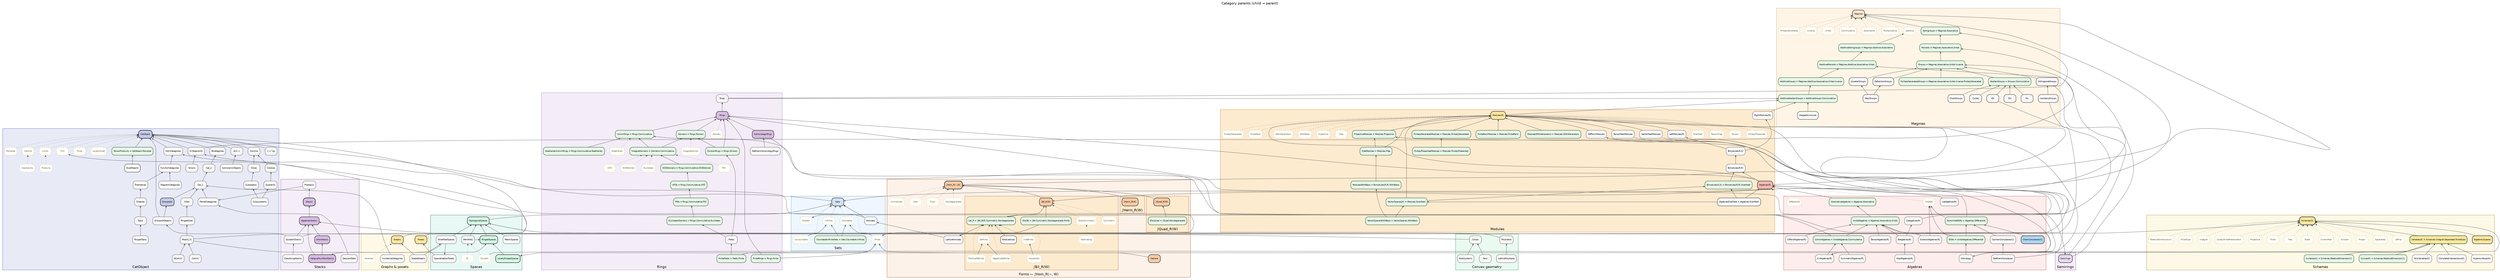
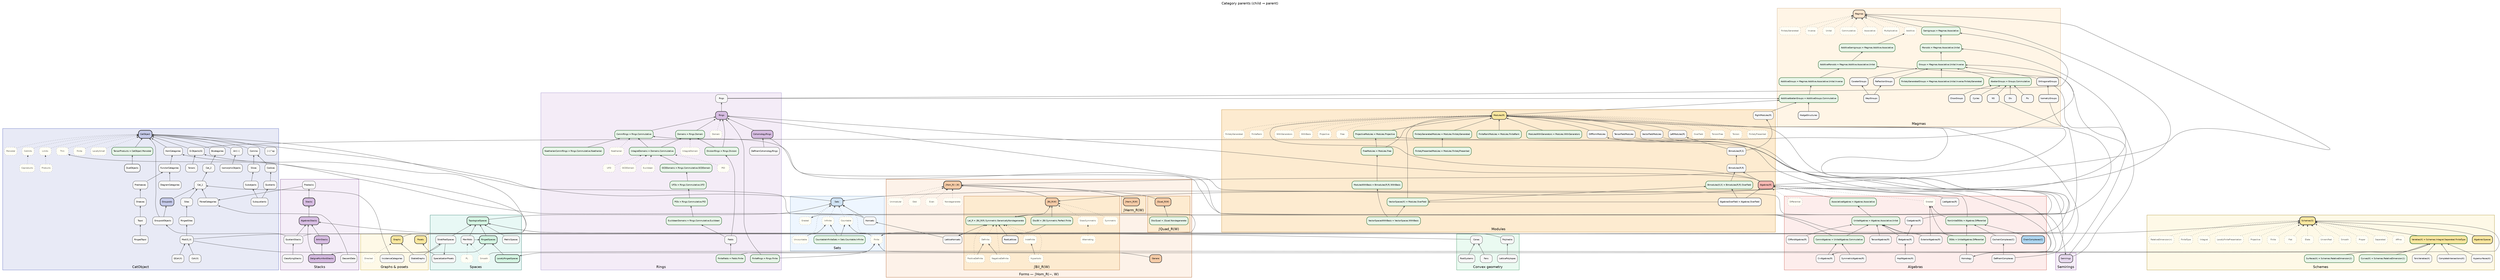
// Category parent graph (child → parent = supercategory).
//
// Node classes:
//   1. Categories — solid boxes
//   2. Atomic axioms — short dotted label on most general host; dotted edge
//   3. Named joins — green "Name = C.A1.A2…" when a conventional name packages
//      axioms from farther up the hierarchy
//
// Forms: ∫Hom_R(−,W) hosts shared form axioms; Bil ‖ Quad ‖ Herm are children.
// Render: dot -Tsvg category_parent_graph.dot -o category_parent_graph.svg

digraph CategoryParents {
  graph [
    rankdir=BT
    labelloc=t
    label="Category parents (child → parent)"
    fontsize=15
    fontname="Helvetica"
    nodesep=0.32
    ranksep=0.55
    compound=true
    newrank=true
    splines=true
  ];
  node [
    shape=box
    style="rounded,filled"
    fontname="Helvetica"
    fontsize=9
    fillcolor="#f7f7f7"
    color="#333333"
  ];
  edge [color="#444444", arrowsize=0.65];

  // Named-join default (overridden locally where needed)
  // fillcolor="#e8f5e9" color="#1b5e20"

  //══════════════════════════════════════════════════════════════
  // CatObject + sites/sheaves
  //══════════════════════════════════════════════════════════════
  subgraph cluster_cat {
    label="CatObject";
    style=filled; fillcolor="#e8eaf6"; color="#3f51b5";
    node [style="rounded,filled", fillcolor="#f7f7f7", color="#333333", fontcolor="#000000"];

    CatObject [fillcolor="#c5cae9", penwidth=2.5];
    // Cat_1 = ordinary 1-categories; Cat_2 = (2,1)-categories
    Cat_1; Cat_2;
    Groupoids [fillcolor="#c5cae9", penwidth=2];
    Bicategories;
    "Arr(−)"; "(−)^op";
    Comma; Slices; Coslices;
    // slice/coslice constructions (a subobject is a mono A→B in a slice)
    Subobjects; Quotients; Subquotients; IsomorphicObjects;
    DiagramCategories; FunctorCategories; HomCategories;
    "G-Objects(G)"; FibredCategories; GroupoidObjects; Torsors;
    Sites; Presheaves; Sheaves; Topoi;
    RingedSites; RingedTopoi;
    "Mod(O_X)"; "Coh(X)"; "QCoh(X)";

    node [style="rounded,filled", fillcolor="#e8f5e9", color="#1b5e20", fontcolor="#000000", penwidth=1.5];
    "TensorProducts = CatObject.Monoidal";
    node [style="rounded,filled", fillcolor="#f7f7f7", color="#333333", fontcolor="#000000"];
    DualObjects;

    node [style="rounded,filled,dotted", fillcolor="#fffef5", color="#888888", fontcolor="#555555"];
    // Nested-cat + (co)limit axioms on CatObject
    "CatObject.LocallySmall" [label="LocallySmall"];
    "CatObject.Finite" [label="Finite"];
    "CatObject.Thin" [label="Thin"];
    "CatObject.Limits" [label="Limits"];
    "CatObject.Colimits" [label="Colimits"];
    "CatObject.Products" [label="Products"];
    "CatObject.Coproducts" [label="Coproducts"];
    "ax.Monoidal" [label="Monoidal"];
    node [style="rounded,filled", fillcolor="#f7f7f7", color="#333333", fontcolor="#000000"];

    "CatObject.LocallySmall" -> CatObject [style=dotted];
    "CatObject.Finite" -> CatObject [style=dotted];
    "CatObject.Thin" -> CatObject [style=dotted];
    "CatObject.Limits" -> CatObject [style=dotted];
    "CatObject.Colimits" -> CatObject [style=dotted];
    // Products/Coproducts organize under (co)limits
    "CatObject.Products" -> "CatObject.Limits" [style=dotted];
    "CatObject.Coproducts" -> "CatObject.Colimits" [style=dotted];
    "ax.Monoidal" -> CatObject [style=dotted];

    Groupoids -> Cat_1;
    Cat_1 -> Cat_2;
    Cat_2 -> Bicategories;
    Bicategories -> CatObject;
    "TensorProducts = CatObject.Monoidal" -> CatObject;
    DualObjects -> "TensorProducts = CatObject.Monoidal";
    "Arr(−)" -> CatObject;
    "(−)^op" -> CatObject;
    Comma -> CatObject;
    Slices -> Comma;
    Coslices -> Comma;
    Subobjects -> Slices;
    Quotients -> Coslices;
    Subquotients -> Subobjects;
    Subquotients -> Quotients;
    IsomorphicObjects -> "Arr(−)";
    DiagramCategories -> FunctorCategories;
    FunctorCategories -> HomCategories;
    HomCategories -> CatObject;
    "G-Objects(G)" -> CatObject;
    // Fibred categories over an arbitrary base category (not only groupoids)
    FibredCategories -> Cat_1;
    GroupoidObjects -> CatObject;
    GroupoidObjects -> Groupoids;
    Torsors -> "G-Objects(G)";
    Sites -> Cat_1;
    Presheaves -> FunctorCategories;
    Sheaves -> Presheaves;
    Topoi -> Sheaves;
    RingedSites -> Sites;
    RingedTopoi -> Topoi;
    "Mod(O_X)" -> RingedSites;
    "Coh(X)" -> "Mod(O_X)";
    "QCoh(X)" -> "Mod(O_X)";
  }

  //══════════════════════════════════════════════════════════════
  // Sets
  //══════════════════════════════════════════════════════════════
  subgraph cluster_sets {
    label="Sets";
    style=filled; fillcolor="#eef6ff"; color="#6a8caf";
    node [style="rounded,filled", fillcolor="#f7f7f7", color="#333333", fontcolor="#000000"];

    Sets [fillcolor="#cfe2f3", penwidth=2];
    Homsets;

    node [style="rounded,filled", fillcolor="#e8f5e9", color="#1b5e20", fontcolor="#000000", penwidth=1.5];
    "CountableInfiniteSets = Sets.Countable.Infinite";

    node [style="rounded,filled,dotted", fillcolor="#fffef5", color="#888888", fontcolor="#555555"];
    "Sets.Finite" [label="Finite"];
    "Sets.Infinite" [label="Infinite"];
    "Sets.Countable" [label="Countable"];
    "Sets.Uncountable" [label="Uncountable"];
    "Sets.Graded" [label="Graded"];
    node [style="rounded,filled", fillcolor="#f7f7f7", color="#333333", fontcolor="#000000"];

    Sets -> CatObject [constraint=false];
    "Sets.Finite" -> Sets [style=dotted];
    "Sets.Infinite" -> Sets [style=dotted];
    "Sets.Countable" -> Sets [style=dotted];
    "Sets.Uncountable" -> Sets [style=dotted];
    "Sets.Graded" -> Sets [style=dotted];
    "Sets.Finite" -> "Sets.Countable";
    "Sets.Uncountable" -> "Sets.Infinite";
    "CountableInfiniteSets = Sets.Countable.Infinite" -> "Sets.Countable";
    "CountableInfiniteSets = Sets.Countable.Infinite" -> "Sets.Infinite";
    Homsets -> HomCategories [constraint=false];
    Homsets -> Sets;
  }

  //══════════════════════════════════════════════════════════════
  // Spaces
  //══════════════════════════════════════════════════════════════
  subgraph cluster_spaces {
    label="Spaces";
    style=filled; fillcolor="#e8f8f5"; color="#0e6655";
    node [style="rounded,filled", fillcolor="#f7f7f7", color="#333333", fontcolor="#000000"];

    TopologicalSpaces [fillcolor="#d5f5e3", penwidth=2];
    MetricSpaces;
    Manifolds;
    RingedSpaces [fillcolor="#d5f5e3", penwidth=2];
    LocallyRingedSpaces [fillcolor="#d5f5e3", penwidth=2];
    StratifiedSpaces;

    node [style="rounded,filled,dotted", fillcolor="#fffef5", color="#888888", fontcolor="#555555"];
    "Manifolds.Smooth" [label="Smooth"];
    "Manifolds.PL" [label="PL"];
    node [style="rounded,filled", fillcolor="#f7f7f7", color="#333333", fontcolor="#000000"];

    TopologicalSpaces -> Sets [constraint=false];
    MetricSpaces -> TopologicalSpaces;
    Manifolds -> TopologicalSpaces;
    Manifolds -> RingedSpaces [constraint=false];
    "Manifolds.Smooth" -> Manifolds [style=dotted];
    "Manifolds.PL" -> Manifolds [style=dotted];
    RingedSpaces -> TopologicalSpaces;
    LocallyRingedSpaces -> RingedSpaces;
    StratifiedSpaces -> TopologicalSpaces;
    StratifiedSpaces -> SpecializationPosets [constraint=false];
    "Mod(O_X)" -> RingedSpaces [constraint=false];
  }

  //══════════════════════════════════════════════════════════════
  // Convex geometry
  //══════════════════════════════════════════════════════════════
  subgraph cluster_convex {
    label="Convex geometry";
    style=filled; fillcolor="#eafaf1"; color="#1e8449";
    node [style="rounded,filled", fillcolor="#f7f7f7", color="#333333", fontcolor="#000000"];

    Cones; Fans; Polyhedra; LatticePolytopes; RootSystems;
    Cones -> TopologicalSpaces [constraint=false];
    Fans -> Cones;
    Polyhedra -> TopologicalSpaces [constraint=false];
    LatticePolytopes -> Polyhedra;
    RootSystems -> Cones;
  }

  //══════════════════════════════════════════════════════════════
  // Graphs & posets
  //══════════════════════════════════════════════════════════════
  subgraph cluster_graphs {
    label="Graphs & posets";
    style=filled; fillcolor="#fef9e7"; color="#b7950b";
    node [style="rounded,filled", fillcolor="#f7f7f7", color="#333333", fontcolor="#000000"];

    Graphs [fillcolor="#f9e79f", penwidth=2];
    StableGraphs; Posets [fillcolor="#f9e79f", penwidth=2];
    SpecializationPosets; IncidenceCategories;

    node [style="rounded,filled,dotted", fillcolor="#fffef5", color="#888888", fontcolor="#555555"];
    "Graphs.Directed" [label="Directed"];
    node [style="rounded,filled", fillcolor="#f7f7f7", color="#333333", fontcolor="#000000"];

    Graphs -> CatObject [constraint=false];
    "Graphs.Directed" -> Graphs [style=dotted];
    StableGraphs -> Graphs;
    Posets -> "CatObject.Thin" [constraint=false];
    SpecializationPosets -> Posets;
    IncidenceCategories -> Cat_1 [constraint=false];
    StableGraphs -> StratifiedSpaces [constraint=false];
  }

  //══════════════════════════════════════════════════════════════
  // Magmas
  //══════════════════════════════════════════════════════════════
  subgraph cluster_magmas {
    label="Magmas";
    style=filled; fillcolor="#fff5e6"; color="#c49a6c";
    node [style="rounded,filled", fillcolor="#f7f7f7", color="#333333", fontcolor="#000000"];

    Magmas [fillcolor="#fce5cd", penwidth=2];

    // named joins (axioms from Magmas)
    node [style="rounded,filled", fillcolor="#e8f5e9", color="#1b5e20", fontcolor="#000000", penwidth=1.5];
    "Semigroups = Magmas.Associative";
    "Monoids = Magmas.Associative.Unital";
    "Groups = Magmas.Associative.Unital.Inverse";
    "AbelianGroups = Groups.Commutative";
    "FinitelyGeneratedGroups = Magmas.Associative.Unital.Inverse.FinitelyGenerated";
    "AdditiveSemigroups = Magmas.Additive.Associative";
    "AdditiveMonoids = Magmas.Additive.Associative.Unital";
    "AdditiveGroups = Magmas.Additive.Associative.Unital.Inverse";
    "AdditiveAbelianGroups = AdditiveGroups.Commutative";
    node [style="rounded,filled", fillcolor="#f7f7f7", color="#333333", fontcolor="#000000"];

    CoxeterGroups; WeylGroups; ReflectionGroups;
    OrthogonalGroups; IsometryGroups;
    Pic; Div; NS; Cycles; ChowGroups; HodgeStructures;

    // Flat Magmas axiom set: Additive/Multiplicative select the operation;
    // Associative/Unital/Inverse/Commutative hang on Magmas itself (not re-hosted).
    node [style="rounded,filled,dotted", fillcolor="#fffef5", color="#888888", fontcolor="#555555"];
    "Magmas.Additive" [label="Additive"];
    "Magmas.Multiplicative" [label="Multiplicative"];
    "ax.Associative" [label="Associative"];
    "ax.Commutative" [label="Commutative"];
    "ax.Unital" [label="Unital"];
    "ax.Inverse" [label="Inverse"];
    "ax.FinitelyGenerated" [label="FinitelyGenerated"];
    node [style="rounded,filled", fillcolor="#f7f7f7", color="#333333", fontcolor="#000000"];

    "Magmas.Additive" -> Magmas [style=dotted];
    "Magmas.Multiplicative" -> Magmas [style=dotted];
    "ax.Associative" -> Magmas [style=dotted];
    "ax.Commutative" -> Magmas [style=dotted];
    "ax.Unital" -> Magmas [style=dotted];
    "ax.Inverse" -> Magmas [style=dotted];
    "ax.FinitelyGenerated" -> Magmas [style=dotted];

    // Hasse: each named join factors through the previous rung
    "Semigroups = Magmas.Associative" -> Magmas;
    "Monoids = Magmas.Associative.Unital" -> "Semigroups = Magmas.Associative";
    "Groups = Magmas.Associative.Unital.Inverse" -> "Monoids = Magmas.Associative.Unital";
    "AbelianGroups = Groups.Commutative" -> "Groups = Magmas.Associative.Unital.Inverse";
    "FinitelyGeneratedGroups = Magmas.Associative.Unital.Inverse.FinitelyGenerated" -> "Groups = Magmas.Associative.Unital.Inverse";
    "AdditiveSemigroups = Magmas.Additive.Associative" -> "Magmas.Additive";
    "AdditiveMonoids = Magmas.Additive.Associative.Unital" -> "AdditiveSemigroups = Magmas.Additive.Associative";
    "AdditiveGroups = Magmas.Additive.Associative.Unital.Inverse" -> "AdditiveMonoids = Magmas.Additive.Associative.Unital";
    "AdditiveAbelianGroups = AdditiveGroups.Commutative" -> "AdditiveGroups = Magmas.Additive.Associative.Unital.Inverse";

    CoxeterGroups -> "Groups = Magmas.Associative.Unital.Inverse";
    WeylGroups -> CoxeterGroups;
    ReflectionGroups -> "Groups = Magmas.Associative.Unital.Inverse";
    WeylGroups -> ReflectionGroups;
    OrthogonalGroups -> "Groups = Magmas.Associative.Unital.Inverse";
    IsometryGroups -> OrthogonalGroups;
    Pic -> "AbelianGroups = Groups.Commutative";
    Div -> "AbelianGroups = Groups.Commutative";
    NS -> "AbelianGroups = Groups.Commutative";
    Cycles -> "AbelianGroups = Groups.Commutative";
    ChowGroups -> "AbelianGroups = Groups.Commutative";
    HodgeStructures -> "AdditiveAbelianGroups = AdditiveGroups.Commutative";
    Magmas -> Sets [constraint=false];
    "G-Objects(G)" -> "Groups = Magmas.Associative.Unital.Inverse" [constraint=false];
  }

  //══════════════════════════════════════════════════════════════
  // Semirings
  //══════════════════════════════════════════════════════════════
  subgraph cluster_semirings {
    label="Semirings";
    style=filled; fillcolor="#f5eef8"; color="#7d3c98";
    node [style="rounded,filled", fillcolor="#f7f7f7", color="#333333", fontcolor="#000000"];
    Semirings [fillcolor="#e8daef", penwidth=2];
    Semirings -> "Monoids = Magmas.Associative.Unital" [constraint=false];
    Semirings -> "AdditiveMonoids = Magmas.Additive.Associative.Unital" [constraint=false];
  }

  //══════════════════════════════════════════════════════════════
  // Rings
  //══════════════════════════════════════════════════════════════
  subgraph cluster_rings {
    label="Rings";
    style=filled; fillcolor="#f4ecf7"; color="#8e7cc3";
    node [style="rounded,filled", fillcolor="#f7f7f7", color="#333333", fontcolor="#000000"];

    Rngs; Rings [fillcolor="#d7bde2", penwidth=2];
    Fields;
    CohomologyRings [fillcolor="#d7bde2", penwidth=2];
    DeRhamCohomologyRings;

    node [style="rounded,filled", fillcolor="#e8f5e9", color="#1b5e20", fontcolor="#000000", penwidth=1.5];
    "CommRings = Rings.Commutative";
    "Domains = Rings.Domain";
    "IntegralDomains = Domains.Commutative";
    "GCDDomains = Rings.Commutative.GCDDomain";
    "UFDs = Rings.Commutative.UFD";
    "PIDs = Rings.Commutative.PID";
    "EuclideanDomains = Rings.Commutative.Euclidean";
    "NoetherianCommRings = Rings.Commutative.Noetherian";
    // Finite lives on Sets; FiniteRings/Fields are pullbacks Rings.Finite / Fields.Finite
    "FiniteRings = Rings.Finite";
    "FiniteFields = Fields.Finite";
    // Multiplicative invertibility (nonzero) packaged onto Rings
    "DivisionRings = Rings.Division";
    node [style="rounded,filled", fillcolor="#f7f7f7", color="#333333", fontcolor="#000000"];

    node [style="rounded,filled,dotted", fillcolor="#fffef5", color="#888888", fontcolor="#555555"];
    "ax.Domain" [label="Domain"];
    "ax.IntegralDomain" [label="IntegralDomain"];
    "ax.GCDDomain" [label="GCDDomain"];
    "ax.UFD" [label="UFD"];
    "ax.PID" [label="PID"];
    "ax.Euclidean" [label="Euclidean"];
    "ax.Noetherian" [label="Noetherian"];
    node [style="rounded,filled", fillcolor="#f7f7f7", color="#333333", fontcolor="#000000"];

    Rngs -> "Semigroups = Magmas.Associative" [constraint=false];
    Rngs -> "AdditiveAbelianGroups = AdditiveGroups.Commutative" [constraint=false];
    Rings -> Rngs;
    Rings -> Semirings [constraint=false];
    "DivisionRings = Rings.Division" -> Rings;
    "DivisionRings = Rings.Division" -> "Domains = Rings.Domain";
    Fields -> "DivisionRings = Rings.Division";
    Fields -> "EuclideanDomains = Rings.Commutative.Euclidean";
    "CommRings = Rings.Commutative" -> Rings;
    // Domains need not be commutative
    "Domains = Rings.Domain" -> Rings;
    "IntegralDomains = Domains.Commutative" -> "Domains = Rings.Domain";
    "IntegralDomains = Domains.Commutative" -> "CommRings = Rings.Commutative";
    "GCDDomains = Rings.Commutative.GCDDomain" -> "IntegralDomains = Domains.Commutative";
    "UFDs = Rings.Commutative.UFD" -> "GCDDomains = Rings.Commutative.GCDDomain";
    "PIDs = Rings.Commutative.PID" -> "UFDs = Rings.Commutative.UFD";
    "EuclideanDomains = Rings.Commutative.Euclidean" -> "PIDs = Rings.Commutative.PID";
    "NoetherianCommRings = Rings.Commutative.Noetherian" -> "CommRings = Rings.Commutative";
    "FiniteRings = Rings.Finite" -> Rings;
    "FiniteRings = Rings.Finite" -> "Sets.Finite";
    "FiniteFields = Fields.Finite" -> Fields;
    "FiniteFields = Fields.Finite" -> "Sets.Finite";

    "ax.Domain" -> Rings [style=dotted];
    "ax.IntegralDomain" -> "Domains = Rings.Domain" [style=dotted];
    "ax.GCDDomain" -> "IntegralDomains = Domains.Commutative" [style=dotted];
    "ax.UFD" -> "IntegralDomains = Domains.Commutative" [style=dotted];
    "ax.PID" -> "IntegralDomains = Domains.Commutative" [style=dotted];
    "ax.Euclidean" -> "IntegralDomains = Domains.Commutative" [style=dotted];
    "ax.Noetherian" -> "CommRings = Rings.Commutative" [style=dotted];

    CohomologyRings -> Rings;
    DeRhamCohomologyRings -> CohomologyRings;
  }

  //══════════════════════════════════════════════════════════════
  // Modules — Left / Right / Bi are categories, not axioms
  //══════════════════════════════════════════════════════════════
  subgraph cluster_modules {
    label="Modules";
    style=filled; fillcolor="#fdebd0"; color="#b9770e";
    node [style="rounded,filled", fillcolor="#f7f7f7", color="#333333", fontcolor="#000000"];

    // Modules(R) = left R-modules (Foundations Def 13.1). Sage's Modules(R) is NOT
    // this vertex: it is Bimodules(R,R) (modules.py; see the sagecats ledger).
    "Modules(R)" [fillcolor="#f9e79f", penwidth=2];
    "LeftModules(R)";
    "RightModules(R)";
    "Bimodules(R,S)";
    "Bimodules(R,R)";
    VectorFieldModules; TensorFieldModules; DiffFormModules;

    node [style="rounded,filled", fillcolor="#e8f5e9", color="#1b5e20", fontcolor="#000000", penwidth=1.5];
    "Bimodules(K,K) = Bimodules(R,R).OverField";
    "FreeModules = Modules.Free";
    "ProjectiveModules = Modules.Projective";
    "ModulesWithBasis = Bimodules(R,R).WithBasis";
    "ModulesWithGenerators = Modules.WithGenerators";
    "FiniteRankModules = Modules.FiniteRank";
    "FinitelyGeneratedModules = Modules.FinitelyGenerated";
    "FinitelyPresentedModules = Modules.FinitelyPresented";
    "VectorSpaces(K) = Modules.OverField";
    "VectorSpacesWithBasis = VectorSpaces.WithBasis";
    node [style="rounded,filled", fillcolor="#f7f7f7", color="#333333", fontcolor="#000000"];

    node [style="rounded,filled,dotted", fillcolor="#fffef5", color="#888888", fontcolor="#555555"];
    "Modules.Free" [label="Free"];
    "Modules.Projective" [label="Projective"];
    "Modules.WithBasis" [label="WithBasis"];
    "Modules.WithGenerators" [label="WithGenerators"];
    "Modules.FiniteRank" [label="FiniteRank"];
    "Modules.FinitelyGenerated" [label="FinitelyGenerated"];
    "Modules.FinitelyPresented" [label="FinitelyPresented"];
    "Modules.Torsion" [label="Torsion"];
    "Modules.TorsionFree" [label="TorsionFree"];
    "Modules.OverField" [label="OverField"];
    node [style="rounded,filled", fillcolor="#f7f7f7", color="#333333", fontcolor="#000000"];

    "Modules.Free" -> "Modules(R)" [style=dotted];
    "Modules.Projective" -> "Modules(R)" [style=dotted];
    "Modules.WithBasis" -> "Modules(R)" [style=dotted];
    "Modules.WithGenerators" -> "Modules(R)" [style=dotted];
    "Modules.FiniteRank" -> "Modules(R)" [style=dotted];
    "Modules.FinitelyGenerated" -> "Modules(R)" [style=dotted];
    "Modules.FinitelyPresented" -> "Modules(R)" [style=dotted];
    "Modules.Torsion" -> "Modules(R)" [style=dotted];
    "Modules.TorsionFree" -> "Modules(R)" [style=dotted];
    "Modules.OverField" -> "Modules(R)" [style=dotted];

    // LeftModules is the explicit synonym for Modules(R); RightModules is the opposite action
    "LeftModules(R)" -> "Modules(R)";
    "RightModules(R)" -> "AdditiveAbelianGroups = AdditiveGroups.Commutative";
    "Modules(R)" -> "AdditiveAbelianGroups = AdditiveGroups.Commutative";
    "Bimodules(R,R)" -> "Bimodules(R,S)";
    "Algebras(R)" -> "Bimodules(R,R)";
    "Bimodules(K,K) = Bimodules(R,R).OverField" -> "Bimodules(R,R)";
    "VectorSpaces(K) = Modules.OverField" -> "Bimodules(K,K) = Bimodules(R,R).OverField";
    "AlgebrasOverField = Algebras.OverField" -> "Bimodules(K,K) = Bimodules(R,R).OverField";
    "Bimodules(R,S)" -> "LeftModules(R)";
    "Bimodules(R,S)" -> "RightModules(R)";
    "VectorSpaces(K) = Modules.OverField" -> "Modules(R)";
    "FreeModules = Modules.Free" -> "Modules(R)";
    "ProjectiveModules = Modules.Projective" -> "Modules(R)";
    "FreeModules = Modules.Free" -> "ProjectiveModules = Modules.Projective";
    "ModulesWithBasis = Bimodules(R,R).WithBasis" -> "FreeModules = Modules.Free";
    "ModulesWithGenerators = Modules.WithGenerators" -> "Modules(R)";
    "FiniteRankModules = Modules.FiniteRank" -> "Modules(R)";
    "FinitelyGeneratedModules = Modules.FinitelyGenerated" -> "Modules(R)";
    "FinitelyPresentedModules = Modules.FinitelyPresented" -> "FinitelyGeneratedModules = Modules.FinitelyGenerated";
    "VectorSpacesWithBasis = VectorSpaces.WithBasis" -> "VectorSpaces(K) = Modules.OverField";
    "VectorSpacesWithBasis = VectorSpaces.WithBasis" -> "ModulesWithBasis = Bimodules(R,R).WithBasis";
    VectorFieldModules -> "Modules(R)";
    TensorFieldModules -> "Modules(R)";
    DiffFormModules -> "Modules(R)";
    "Mod(O_X)" -> "Modules(R)" [constraint=false];
  }

  //══════════════════════════════════════════════════════════════
  // Algebras(R) = module with bilinear product (no assoc/unit). Sage MagmaticAlgebras → here;
  // Sage Algebras → UnitalAlgebras = Algebras.Associative.Unital
  //══════════════════════════════════════════════════════════════
  subgraph cluster_algebras {
    label="Algebras";
    style=filled; fillcolor="#fdedec"; color="#c0392b";
    node [style="rounded,filled", fillcolor="#f7f7f7", color="#333333", fontcolor="#000000"];

    "Algebras(R)" [fillcolor="#f5b7b1", penwidth=2];
    "LieAlgebras(R)"; "CliffordAlgebras(R)";
    "SymmetricAlgebras(R)"; "ExteriorAlgebras(R)"; "TensorAlgebras(R)";
    "HopfAlgebras(R)"; "Coalgebras(R)"; "Bialgebras(R)";
    "C∞Algebras(R)";
    "ChainComplexes(C)" [fillcolor="#aed6f1", penwidth=2];
    "CochainComplexes(C)";
    DeRhamComplexes;
    Homology;

    node [style="rounded,filled", fillcolor="#e8f5e9", color="#1b5e20", fontcolor="#000000", penwidth=1.5];
    // Associative/Unital transported onto Algebras(R) (pullbacks of Magmas classifiers)
    "AssociativeAlgebras = Algebras.Associative";
    "UnitalAlgebras = Algebras.Associative.Unital";
    "CommAlgebras = UnitalAlgebras.Commutative";
    "NonUnitalDGAs = Algebras.Differential";
    "DGAs = UnitalAlgebras.Differential";
    "AlgebrasOverField = Algebras.OverField";
    node [style="rounded,filled", fillcolor="#f7f7f7", color="#333333", fontcolor="#000000"];

    node [style="rounded,filled,dotted", fillcolor="#fffef5", color="#888888", fontcolor="#555555"];
    "ax.Differential" [label="Differential"];
    // Graded least-host is Sets; Algebras(R).Graded is the pullback transport
    "Algebras(R).Graded" [label="Graded"];
    node [style="rounded,filled", fillcolor="#f7f7f7", color="#333333", fontcolor="#000000"];

    "Algebras(R)" -> Magmas [constraint=false];
    "Algebras(R)" -> "Modules(R)" [constraint=false];
    "Algebras(R)" -> Rings [constraint=false];
    "AssociativeAlgebras = Algebras.Associative" -> "Algebras(R)";
    "UnitalAlgebras = Algebras.Associative.Unital" -> "AssociativeAlgebras = Algebras.Associative";
    "CommAlgebras = UnitalAlgebras.Commutative" -> "UnitalAlgebras = Algebras.Associative.Unital";
    "CommAlgebras = UnitalAlgebras.Commutative" -> "CommRings = Rings.Commutative" [constraint=false];
    "AlgebrasOverField = Algebras.OverField" -> "Algebras(R)";
    "AlgebrasOverField = Algebras.OverField" -> "VectorSpaces(K) = Modules.OverField" [constraint=false];
    "ax.Differential" -> "Algebras(R)" [style=dotted];
    "Algebras(R).Graded" -> "Algebras(R)" [style=dotted];
    "NonUnitalDGAs = Algebras.Differential" -> "Algebras(R)";
    "NonUnitalDGAs = Algebras.Differential" -> "Algebras(R).Graded";
    "DGAs = UnitalAlgebras.Differential" -> "UnitalAlgebras = Algebras.Associative.Unital";
    "DGAs = UnitalAlgebras.Differential" -> "Algebras(R).Graded";
    "DGAs = UnitalAlgebras.Differential" -> "NonUnitalDGAs = Algebras.Differential";
    "LieAlgebras(R)" -> "Algebras(R)";
    "CliffordAlgebras(R)" -> "UnitalAlgebras = Algebras.Associative.Unital";
    "SymmetricAlgebras(R)" -> "CommAlgebras = UnitalAlgebras.Commutative";
    "ExteriorAlgebras(R)" -> "UnitalAlgebras = Algebras.Associative.Unital";
    "ExteriorAlgebras(R)" -> "Algebras(R).Graded";
    "TensorAlgebras(R)" -> "UnitalAlgebras = Algebras.Associative.Unital";
    "Coalgebras(R)" -> "Modules(R)" [constraint=false];
    "Bialgebras(R)" -> "UnitalAlgebras = Algebras.Associative.Unital";
    "Bialgebras(R)" -> "Coalgebras(R)";
    "HopfAlgebras(R)" -> "Bialgebras(R)";
    "C∞Algebras(R)" -> "CommAlgebras = UnitalAlgebras.Commutative";
    DiffFormModules -> "Sets.Graded" [constraint=false];
    VectorFieldModules -> "C∞Algebras(R)" [constraint=false];
    TensorFieldModules -> "C∞Algebras(R)" [constraint=false];

    "ChainComplexes(C)" -> "NonUnitalDGAs = Algebras.Differential";
    "CochainComplexes(C)" -> "NonUnitalDGAs = Algebras.Differential";
    DeRhamComplexes -> "CochainComplexes(C)";
    DeRhamComplexes -> DiffFormModules [constraint=false];
    Homology -> "DGAs = UnitalAlgebras.Differential";
    Homology -> "Modules(R)" [constraint=false];
    CohomologyRings -> Homology [constraint=false];
  }

  //══════════════════════════════════════════════════════════════
  // Forms — ∫Hom_R(−,W) parent; Bil ‖ Quad ‖ Herm children
  //══════════════════════════════════════════════════════════════
  subgraph cluster_forms {
    label="Forms — ∫Hom_R(−, W)";
    style=filled; fillcolor="#fdf2e9"; color="#a04000";
    node [style="rounded,filled", fillcolor="#f7f7f7", color="#333333", fontcolor="#000000"];

    "∫Hom_R(−,W)" [fillcolor="#f5cba7", penwidth=2.5];
    Genera [fillcolor="#f5cba7", penwidth=2];
    LatticeHomsets;

    // shared form axioms on ∫Hom (incl. Unimodular = Perfect)
    node [style="rounded,filled,dotted", fillcolor="#fffef5", color="#888888", fontcolor="#555555"];
    "∫Hom.Nondegenerate" [label="Nondegenerate"];
    "∫Hom.Even" [label="Even"];
    "∫Hom.Odd" [label="Odd"];
    "∫Hom.Unimodular" [label="Unimodular"];
    node [style="rounded,filled", fillcolor="#f7f7f7", color="#333333", fontcolor="#000000"];

    "∫Hom_R(−,W)" -> "Modules(R)" [constraint=false];
    "∫Hom.Nondegenerate" -> "∫Hom_R(−,W)" [style=dotted];
    "∫Hom.Even" -> "∫Hom_R(−,W)" [style=dotted];
    "∫Hom.Odd" -> "∫Hom_R(−,W)" [style=dotted];
    "∫Hom.Unimodular" -> "∫Hom_R(−,W)" [style=dotted];

    //—— Bil ——
    subgraph cluster_bil {
      label="∫Bil_R(W)";
      style=filled; fillcolor="#fdebd0"; color="#af601a";
      node [style="rounded,filled", fillcolor="#f7f7f7", color="#333333", fontcolor="#000000"];

      "∫Bil_R(W)" [fillcolor="#f5cba7", penwidth=2];

      node [style="rounded,filled,dotted", fillcolor="#fffef5", color="#888888", fontcolor="#555555"];
      "∫Bil.Symmetric" [label="Symmetric"];
      "∫Bil.SkewSymmetric" [label="SkewSymmetric"];
      "∫Bil.Alternating" [label="Alternating"];
      node [style="rounded,filled", fillcolor="#f7f7f7", color="#333333", fontcolor="#000000"];

      node [style="rounded,filled", fillcolor="#e8f5e9", color="#1b5e20", fontcolor="#000000", penwidth=1.5];
-       "Lat_R = ∫Bil_R(R).Symmetric.Nondegenerate";
-       "DiscBil = ∫Bil.Symmetric.Nondegenerate.Finite";
+       "Lat_R = ∫Bil_R(R).Symmetric.GenericallyNondegenerate";
+       "DiscBil = ∫Bil.Symmetric.Perfect.Finite";
      node [style="rounded,filled", fillcolor="#f7f7f7", color="#333333", fontcolor="#000000"];

      RootLattices;

      node [style="rounded,filled,dotted", fillcolor="#fffef5", color="#888888", fontcolor="#555555"];
      "Lat.Definite" [label="Definite"];
      "Lat.PositiveDefinite" [label="PositiveDefinite"];
      "Lat.NegativeDefinite" [label="NegativeDefinite"];
      "Lat.Indefinite" [label="Indefinite"];
      "Lat.Hyperbolic" [label="Hyperbolic"];
      node [style="rounded,filled", fillcolor="#f7f7f7", color="#333333", fontcolor="#000000"];
    }

    //—— Quad ——
    subgraph cluster_quad {
      label="∫Quad_R(W)";
      style=filled; fillcolor="#fdebd0"; color="#af601a";
      node [style="rounded,filled", fillcolor="#f7f7f7", color="#333333", fontcolor="#000000"];

      "∫Quad_R(W)" [fillcolor="#f5cba7", penwidth=2];

      node [style="rounded,filled", fillcolor="#e8f5e9", color="#1b5e20", fontcolor="#000000", penwidth=1.5];
      "DiscQuad = ∫Quad.Nondegenerate";
      node [style="rounded,filled", fillcolor="#f7f7f7", color="#333333", fontcolor="#000000"];
    }

    //—— Herm ——
    subgraph cluster_herm {
      label="∫Herm_R(W)";
      style=filled; fillcolor="#fdebd0"; color="#af601a";
      node [style="rounded,filled", fillcolor="#f7f7f7", color="#333333", fontcolor="#000000"];
      "∫Herm_R(W)" [fillcolor="#f5cba7", penwidth=2];
    }

    "∫Bil_R(W)" -> "∫Hom_R(−,W)";
    "∫Quad_R(W)" -> "∫Hom_R(−,W)";
    "∫Herm_R(W)" -> "∫Hom_R(−,W)";

    "∫Bil.Symmetric" -> "∫Bil_R(W)" [style=dotted];
    "∫Bil.SkewSymmetric" -> "∫Bil_R(W)" [style=dotted];
    // Alternating ⇒ SkewSymmetric (equiv. in char ≠ 2)
    "∫Bil.Alternating" -> "∫Bil.SkewSymmetric" [style=dotted];

-     "Lat_R = ∫Bil_R(R).Symmetric.Nondegenerate" -> "∫Bil_R(W)";
-     "Lat_R = ∫Bil_R(R).Symmetric.Nondegenerate" -> "ProjectiveModules = Modules.Projective" [constraint=false];
-     "Lat.Definite" -> "Lat_R = ∫Bil_R(R).Symmetric.Nondegenerate" [style=dotted];
-     "Lat.PositiveDefinite" -> "Lat_R = ∫Bil_R(R).Symmetric.Nondegenerate" [style=dotted];
-     "Lat.NegativeDefinite" -> "Lat_R = ∫Bil_R(R).Symmetric.Nondegenerate" [style=dotted];
-     "Lat.Indefinite" -> "Lat_R = ∫Bil_R(R).Symmetric.Nondegenerate" [style=dotted];
-     "Lat.Hyperbolic" -> "Lat_R = ∫Bil_R(R).Symmetric.Nondegenerate" [style=dotted];
+     "Lat_R = ∫Bil_R(R).Symmetric.GenericallyNondegenerate" -> "∫Bil_R(W)";
+     "Lat_R = ∫Bil_R(R).Symmetric.GenericallyNondegenerate" -> "ProjectiveModules = Modules.Projective" [constraint=false];
+     "Lat.Definite" -> "Lat_R = ∫Bil_R(R).Symmetric.GenericallyNondegenerate" [style=dotted];
+     "Lat.PositiveDefinite" -> "Lat_R = ∫Bil_R(R).Symmetric.GenericallyNondegenerate" [style=dotted];
+     "Lat.NegativeDefinite" -> "Lat_R = ∫Bil_R(R).Symmetric.GenericallyNondegenerate" [style=dotted];
+     "Lat.Indefinite" -> "Lat_R = ∫Bil_R(R).Symmetric.GenericallyNondegenerate" [style=dotted];
+     "Lat.Hyperbolic" -> "Lat_R = ∫Bil_R(R).Symmetric.GenericallyNondegenerate" [style=dotted];
    "Lat.PositiveDefinite" -> "Lat.Definite";
    "Lat.NegativeDefinite" -> "Lat.Definite";
    "Lat.Hyperbolic" -> "Lat.Indefinite";
-     RootLattices -> "Lat_R = ∫Bil_R(R).Symmetric.Nondegenerate";
- 
-     "DiscBil = ∫Bil.Symmetric.Nondegenerate.Finite" -> "∫Bil_R(W)";
-     "DiscBil = ∫Bil.Symmetric.Nondegenerate.Finite" -> "Sets.Finite" [constraint=false];
+     RootLattices -> "Lat_R = ∫Bil_R(R).Symmetric.GenericallyNondegenerate";
+ 
+     "DiscBil = ∫Bil.Symmetric.Perfect.Finite" -> "∫Bil_R(W)";
+     "DiscBil = ∫Bil.Symmetric.Perfect.Finite" -> "Sets.Finite" [constraint=false];
    "DiscQuad = ∫Quad.Nondegenerate" -> "∫Quad_R(W)";

    Genera -> "Sets.Finite" [constraint=false];
    LatticeHomsets -> Homsets [constraint=false];
-     LatticeHomsets -> "Lat_R = ∫Bil_R(R).Symmetric.Nondegenerate";
+     LatticeHomsets -> "Lat_R = ∫Bil_R(R).Symmetric.GenericallyNondegenerate";
    IsometryGroups -> LatticeHomsets [constraint=false];
    OrthogonalGroups -> "∫Bil_R(W)" [constraint=false];
-     NS -> "Lat_R = ∫Bil_R(R).Symmetric.Nondegenerate" [constraint=false];
+     NS -> "Lat_R = ∫Bil_R(R).Symmetric.GenericallyNondegenerate" [constraint=false];
  }

  //══════════════════════════════════════════════════════════════
  // Schemes
  //══════════════════════════════════════════════════════════════
  subgraph cluster_schemes {
    label="Schemes";
    style=filled; fillcolor="#fef9e7"; color="#9a7d0a";
    node [style="rounded,filled", fillcolor="#f7f7f7", color="#333333", fontcolor="#000000"];

    "Schemes(S)" [fillcolor="#f9e79f", penwidth=2.5];
    "Hypersurfaces(K)"; "CompleteIntersections(K)"; "ToricVarieties(K)";
    AlgebraicSpaces [fillcolor="#f9e79f", penwidth=2];

    node [style="rounded,filled", fillcolor="#e8f5e9", color="#1b5e20", fontcolor="#000000", penwidth=1.5];
    // Varieties = integral + separated + finite type (over a field via (K))
    "Varieties(K) = Schemes.Integral.Separated.FiniteType" [fillcolor="#f9e79f", penwidth=2];
    "Curves(K) = Schemes.RelativeDimension(1)";
    "Surfaces(K) = Schemes.RelativeDimension(2)";
    node [style="rounded,filled", fillcolor="#f7f7f7", color="#333333", fontcolor="#000000"];

    node [style="rounded,filled,dotted", fillcolor="#fffef5", color="#888888", fontcolor="#555555"];
    "Schemes.Affine" [label="Affine"];
    "Schemes.Separated" [label="Separated"];
    "Schemes.Proper" [label="Proper"];
    "Schemes.Smooth" [label="Smooth"];
    "Schemes.Unramified" [label="Unramified"];
    "Schemes.Étale" [label="Étale"];
    "Schemes.Flat" [label="Flat"];
    "Schemes.Finite" [label="Finite"];
    "Schemes.Projective" [label="Projective"];
    "Schemes.LocallyFinitePresentation" [label="LocallyFinitePresentation"];
    "Schemes.Integral" [label="Integral"];
    "Schemes.FiniteType" [label="FiniteType"];
    // RelativeDimension(n): parameterized axiom (Curves n=1, Surfaces n=2, …)
    "Schemes.RelativeDimension(n)" [label="RelativeDimension(n)"];
    node [style="rounded,filled", fillcolor="#f7f7f7", color="#333333", fontcolor="#000000"];

    "Schemes(S)" -> LocallyRingedSpaces [constraint=false];
    "Schemes.Affine" -> "Schemes(S)" [style=dotted];
    "Schemes.Separated" -> "Schemes(S)" [style=dotted];
    "Schemes.Proper" -> "Schemes(S)" [style=dotted];
    "Schemes.Smooth" -> "Schemes(S)" [style=dotted];
    "Schemes.Unramified" -> "Schemes(S)" [style=dotted];
    "Schemes.Étale" -> "Schemes(S)" [style=dotted];
    "Schemes.Flat" -> "Schemes(S)" [style=dotted];
    "Schemes.Finite" -> "Schemes(S)" [style=dotted];
    "Schemes.Projective" -> "Schemes(S)" [style=dotted];
    "Schemes.LocallyFinitePresentation" -> "Schemes(S)" [style=dotted];
    "Schemes.Integral" -> "Schemes(S)" [style=dotted];
    "Schemes.FiniteType" -> "Schemes(S)" [style=dotted];
    "Schemes.RelativeDimension(n)" -> "Schemes(S)" [style=dotted];
    "Varieties(K) = Schemes.Integral.Separated.FiniteType" -> "Schemes(S)";
    "Curves(K) = Schemes.RelativeDimension(1)" -> "Varieties(K) = Schemes.Integral.Separated.FiniteType";
    "Surfaces(K) = Schemes.RelativeDimension(2)" -> "Varieties(K) = Schemes.Integral.Separated.FiniteType";
    "Hypersurfaces(K)" -> "Varieties(K) = Schemes.Integral.Separated.FiniteType";
    "CompleteIntersections(K)" -> "Varieties(K) = Schemes.Integral.Separated.FiniteType";
    "ToricVarieties(K)" -> "Varieties(K) = Schemes.Integral.Separated.FiniteType";
    AlgebraicSpaces -> "Schemes(S)";
    "Manifolds.Smooth" -> "Varieties(K) = Schemes.Integral.Separated.FiniteType" [constraint=false];
  }

  //══════════════════════════════════════════════════════════════
  // Stacks
  //══════════════════════════════════════════════════════════════
  subgraph cluster_stacks {
    label="Stacks";
    style=filled; fillcolor="#f5eef8"; color="#6c3483";
    node [style="rounded,filled", fillcolor="#f7f7f7", color="#333333", fontcolor="#000000"];

    DescentData; Prestacks;
    Stacks [fillcolor="#d7bde2", penwidth=2.5];
    AlgebraicStacks [fillcolor="#d7bde2", penwidth=2];
    DeligneMumfordStacks [fillcolor="#d7bde2", penwidth=2];
    ArtinStacks [fillcolor="#d7bde2", penwidth=2];
    QuotientStacks; ClassifyingStacks;

    DescentData -> FibredCategories [constraint=false];
    Prestacks -> FibredCategories [constraint=false];
    Stacks -> Prestacks;
    AlgebraicStacks -> Stacks;
    DeligneMumfordStacks -> AlgebraicStacks;
    ArtinStacks -> AlgebraicStacks;
    DeligneMumfordStacks -> ArtinStacks;
    QuotientStacks -> AlgebraicStacks;
    ClassifyingStacks -> QuotientStacks;
    QuotientStacks -> GroupoidObjects [constraint=false];
    QuotientStacks -> "G-Objects(G)" [constraint=false];
    "Schemes(S)" -> AlgebraicStacks [constraint=false];
    StratifiedSpaces -> DeligneMumfordStacks [constraint=false];
  }
}
